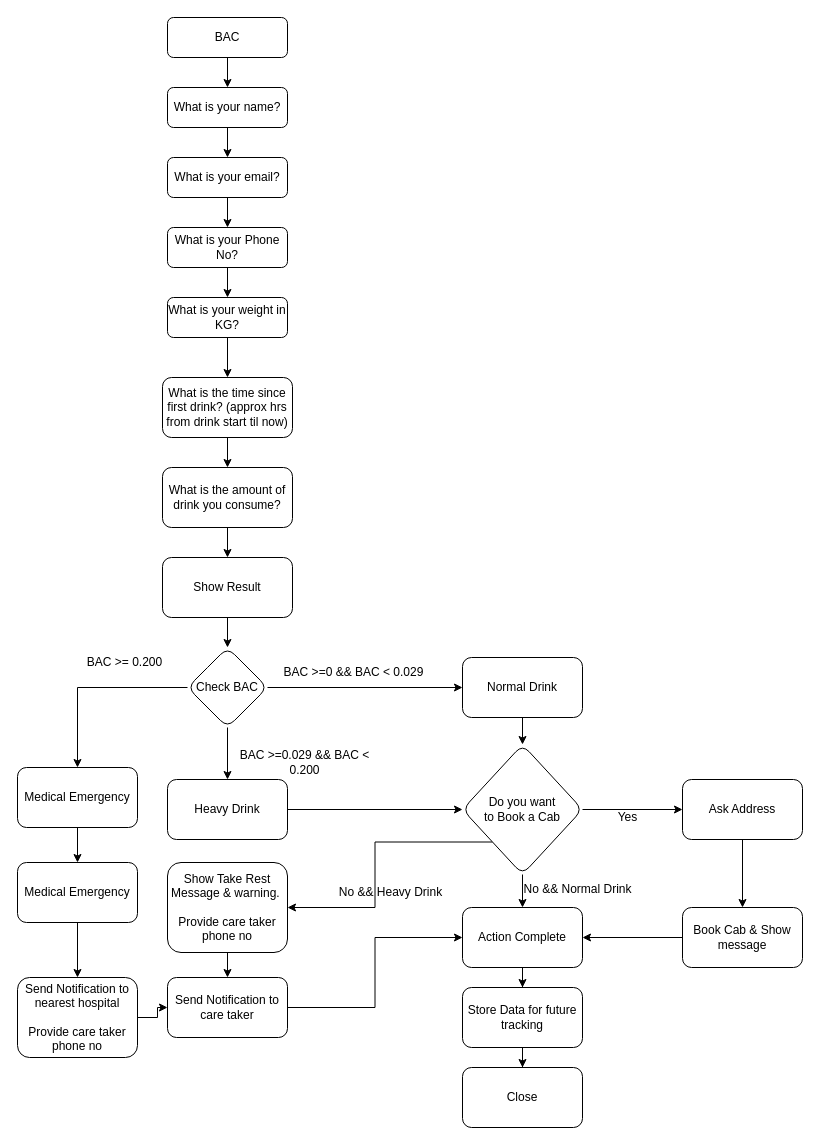
This is DUI.drawio from jigneshadesara90/tdm-diagram, a draw.io file, before an edit. Source tidied: cells renumbered, new cells numbered last; positions are measured from the earlier drawing's top-left corner, leaving out a move shared by most shapes. Both pictures are drawn from the tidied source at 100%, with x=0, y=0 at pixel (17, 17).
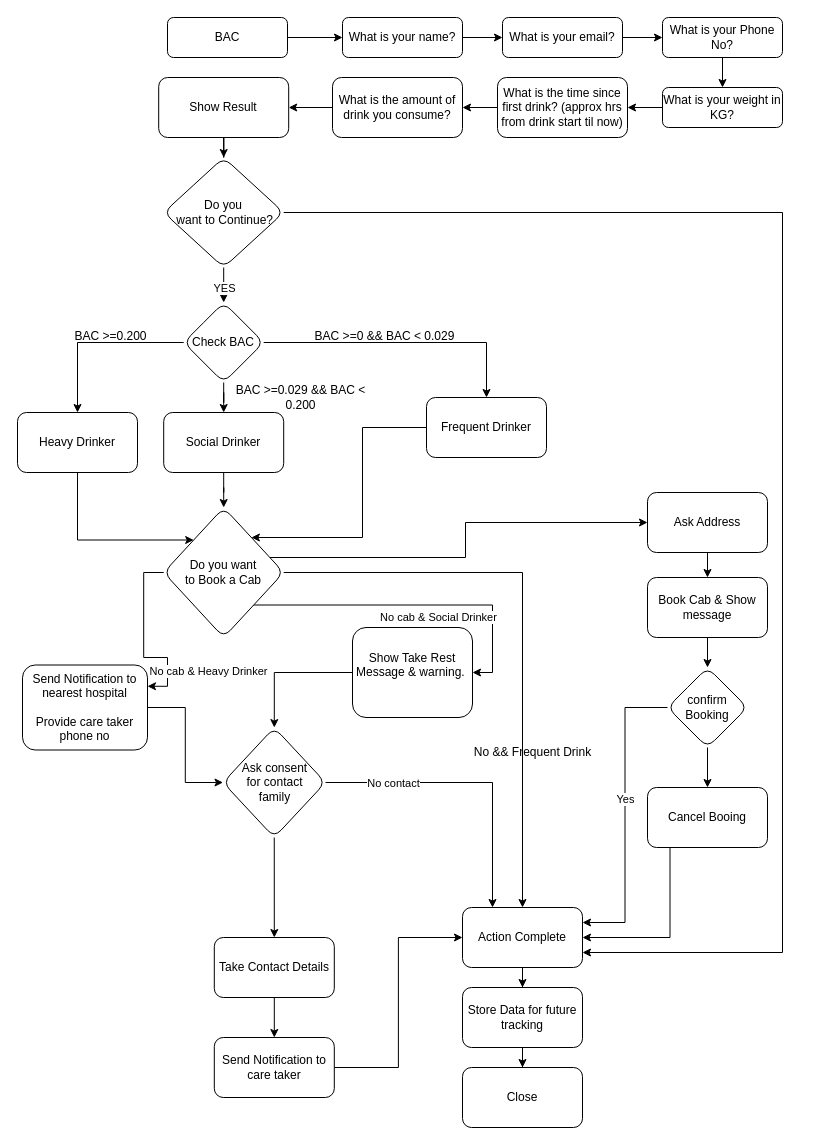
The same diagram, later.

The change refers to these unchanged cells:
```xml
<mxCell id="26" style="edgeStyle=orthogonalEdgeStyle;rounded=0;jettySize=auto;html=1;exitX=0;exitY=1;exitDx=0;exitDy=0;entryX=1;entryY=0.5;entryDx=0;entryDy=0;" parent="1" edge="1" source="28" target="35">
  <mxGeometry relative="1" as="geometry" />
</mxCell>
<mxCell id="33" value="Action Complete" style="whiteSpace=wrap;html=1;rounded=1;glass=0;strokeWidth=1;shadow=0;" parent="1" vertex="1">
  <mxGeometry x="445" y="890" width="120" height="60" as="geometry" />
</mxCell>
```

The edit, as a diff of the source:
```diff
@@
     <mxCell id="5" value="What is your name?" style="rounded=1;whiteSpace=wrap;html=1;fontSize=12;glass=0;strokeWidth=1;shadow=0;" parent="1" vertex="1">
-      <mxGeometry x="150" y="70" width="120" height="40" as="geometry" />
+      <mxGeometry x="325" width="120" height="40" as="geometry" />
     </mxCell>
@@
     <mxCell id="7" value="What is your email?" style="rounded=1;whiteSpace=wrap;html=1;fontSize=12;glass=0;strokeWidth=1;shadow=0;" parent="1" vertex="1">
-      <mxGeometry x="150" y="140" width="120" height="40" as="geometry" />
+      <mxGeometry x="485" width="120" height="40" as="geometry" />
     </mxCell>
@@
     <mxCell id="9" value="What is your Phone No?" style="rounded=1;whiteSpace=wrap;html=1;fontSize=12;glass=0;strokeWidth=1;shadow=0;" parent="1" vertex="1">
-      <mxGeometry x="150" y="210" width="120" height="40" as="geometry" />
+      <mxGeometry x="645" width="120" height="40" as="geometry" />
     </mxCell>
@@
     <mxCell id="11" value="What is your weight in KG?" style="rounded=1;whiteSpace=wrap;html=1;fontSize=12;glass=0;strokeWidth=1;shadow=0;" parent="1" vertex="1">
-      <mxGeometry x="150" y="280" width="120" height="40" as="geometry" />
+      <mxGeometry x="645" y="70" width="120" height="40" as="geometry" />
     </mxCell>
@@
     <mxCell id="13" value="What is the time since first drink? (approx hrs from drink start til now)" style="rounded=1;whiteSpace=wrap;html=1;fontSize=12;glass=0;strokeWidth=1;shadow=0;" parent="1" vertex="1">
-      <mxGeometry x="145" y="360" width="130" height="60" as="geometry" />
+      <mxGeometry x="480" y="60" width="130" height="60" as="geometry" />
     </mxCell>
@@
     <mxCell id="15" value="What is the amount of drink you consume?" style="rounded=1;whiteSpace=wrap;html=1;fontSize=12;glass=0;strokeWidth=1;shadow=0;" parent="1" vertex="1">
-      <mxGeometry x="145" y="450" width="130" height="60" as="geometry" />
+      <mxGeometry x="315" y="60" width="130" height="60" as="geometry" />
     </mxCell>
-    <mxCell id="16" style="edgeStyle=orthogonalEdgeStyle;rounded=0;jettySize=auto;html=1;" parent="1" edge="1" source="17" target="21">
+    <mxCell id="16" style="edgeStyle=orthogonalEdgeStyle;rounded=0;jettySize=auto;html=1;exitX=0.5;exitY=1;exitDx=0;exitDy=0;" parent="1" edge="1" source="64" target="21">
       <mxGeometry relative="1" as="geometry" />
     </mxCell>
+    <mxCell id="55" value="YES" style="edgeLabel;html=1;align=center;verticalAlign=middle;" parent="16" vertex="1">
+      <mxGeometry x="0.33" relative="1" as="geometry" />
+    </mxCell>
+    <mxCell id="56" style="edgeStyle=orthogonalEdgeStyle;rounded=0;jettySize=auto;html=1;" parent="1" edge="1" source="17" target="64">
+      <mxGeometry relative="1" as="geometry" />
+    </mxCell>
     <mxCell id="17" value="Show Result" style="rounded=1;whiteSpace=wrap;html=1;fontSize=12;glass=0;strokeWidth=1;shadow=0;" parent="1" vertex="1">
-      <mxGeometry x="145" y="540" width="130" height="60" as="geometry" />
+      <mxGeometry x="141.2" y="60" width="130" height="60" as="geometry" />
     </mxCell>
-    <mxCell id="18" style="edgeStyle=orthogonalEdgeStyle;rounded=0;jettySize=auto;html=1;" parent="1" edge="1" source="21" target="23">
-      <mxGeometry relative="1" as="geometry" />
-    </mxCell>
@@
-    <mxCell id="20" style="edgeStyle=orthogonalEdgeStyle;rounded=0;jettySize=auto;html=1;entryX=0.5;entryY=0;entryDx=0;entryDy=0;" parent="1" edge="1" source="21" target="50">
-      <mxGeometry relative="1" as="geometry" />
-    </mxCell>
+    <mxCell id="57" style="edgeStyle=orthogonalEdgeStyle;rounded=0;jettySize=auto;html=1;entryX=0.5;entryY=0;entryDx=0;entryDy=0;" parent="1" edge="1" source="21" target="77">
+      <mxGeometry relative="1" as="geometry" />
+    </mxCell>
     <mxCell id="21" value="Check BAC" style="rhombus;whiteSpace=wrap;html=1;rounded=1;glass=0;strokeWidth=1;shadow=0;" parent="1" vertex="1">
-      <mxGeometry x="170" y="630" width="80" height="80" as="geometry" />
+      <mxGeometry x="166.2" y="285" width="80" height="80" as="geometry" />
     </mxCell>
     <mxCell id="22" style="edgeStyle=orthogonalEdgeStyle;rounded=0;jettySize=auto;html=1;" parent="1" edge="1" source="23" target="28">
-      <mxGeometry relative="1" as="geometry" />
+      <mxGeometry relative="1" as="geometry">
+        <Array as="points">
+          <mxPoint x="345" y="410" />
+          <mxPoint x="345" y="520" />
+        </Array>
+      </mxGeometry>
     </mxCell>
-    <mxCell id="23" value="Normal Drink" style="whiteSpace=wrap;html=1;rounded=1;glass=0;strokeWidth=1;shadow=0;" parent="1" vertex="1">
-      <mxGeometry x="445" y="640" width="120" height="60" as="geometry" />
+    <mxCell id="23" value="Frequent Drinker" style="whiteSpace=wrap;html=1;rounded=1;glass=0;strokeWidth=1;shadow=0;" parent="1" vertex="1">
+      <mxGeometry x="409" y="380" width="120" height="60" as="geometry" />
     </mxCell>
-    <mxCell id="24" value="BAC &amp;gt;=0 &amp;amp;&amp;amp; BAC &amp;lt; 0.029" style="text;html=1;strokeColor=none;fillColor=none;align=center;verticalAlign=middle;whiteSpace=wrap;rounded=0;" parent="1" vertex="1">
-      <mxGeometry x="264" y="640" width="145" height="30" as="geometry" />
-    </mxCell>
@@
+    <mxCell id="58" value="No cab &amp;amp; Social Drinker" style="edgeLabel;html=1;align=center;verticalAlign=middle;" parent="26" vertex="1">
+      <mxGeometry x="0.15" y="2" relative="1" as="geometry">
+        <mxPoint x="22" y="14" as="offset" />
+      </mxGeometry>
+    </mxCell>
-    <mxCell id="27" style="edgeStyle=orthogonalEdgeStyle;rounded=0;jettySize=auto;html=1;" parent="1" edge="1" source="28" target="39">
-      <mxGeometry relative="1" as="geometry" />
+    <mxCell id="27" style="edgeStyle=orthogonalEdgeStyle;rounded=0;jettySize=auto;html=1;entryX=0;entryY=0.5;entryDx=0;entryDy=0;" parent="1" edge="1" source="28" target="39">
+      <mxGeometry relative="1" as="geometry">
+        <Array as="points">
+          <mxPoint x="448" y="540" />
+          <mxPoint x="448" y="505" />
+        </Array>
+      </mxGeometry>
     </mxCell>
+    <mxCell id="59" style="edgeStyle=orthogonalEdgeStyle;rounded=0;jettySize=auto;html=1;entryX=1;entryY=0.25;entryDx=0;entryDy=0;" parent="1" edge="1" source="28" target="50">
+      <mxGeometry relative="1" as="geometry" />
+    </mxCell>
+    <mxCell id="60" value="No cab &amp;amp; Heavy Drinker" style="edgeLabel;html=1;align=center;verticalAlign=middle;" parent="59" vertex="1">
+      <mxGeometry x="0.75" y="3" relative="1" as="geometry">
+        <mxPoint x="37" y="-13" as="offset" />
+      </mxGeometry>
+    </mxCell>
     <mxCell id="28" value="Do you want &lt;br&gt;to Book a Cab" style="rhombus;whiteSpace=wrap;html=1;rounded=1;glass=0;strokeWidth=1;shadow=0;" parent="1" vertex="1">
-      <mxGeometry x="445" y="727" width="120" height="130" as="geometry" />
+      <mxGeometry x="146.2" y="490" width="120" height="130" as="geometry" />
     </mxCell>
-    <mxCell id="29" style="edgeStyle=orthogonalEdgeStyle;rounded=0;jettySize=auto;html=1;" parent="1" edge="1" source="30" target="28">
+    <mxCell id="29" style="edgeStyle=orthogonalEdgeStyle;rounded=0;jettySize=auto;html=1;entryX=0.5;entryY=0;entryDx=0;entryDy=0;" parent="1" edge="1" source="30" target="28">
       <mxGeometry relative="1" as="geometry" />
     </mxCell>
-    <mxCell id="30" value="Heavy Drink" style="whiteSpace=wrap;html=1;rounded=1;glass=0;strokeWidth=1;shadow=0;" parent="1" vertex="1">
-      <mxGeometry x="150" y="762" width="120" height="60" as="geometry" />
+    <mxCell id="30" value="Social Drinker" style="whiteSpace=wrap;html=1;rounded=1;glass=0;strokeWidth=1;shadow=0;" parent="1" vertex="1">
+      <mxGeometry x="146.2" y="395" width="120" height="60" as="geometry" />
     </mxCell>
     <mxCell id="31" value="BAC &amp;gt;=0.029 &amp;amp;&amp;amp; BAC &amp;lt; 0.200" style="text;html=1;strokeColor=none;fillColor=none;align=center;verticalAlign=middle;whiteSpace=wrap;rounded=0;" parent="1" vertex="1">
-      <mxGeometry x="215" y="730" width="145" height="30" as="geometry" />
+      <mxGeometry x="211.2" y="365" width="145" height="30" as="geometry" />
     </mxCell>
@@
-    <mxCell id="34" value="No &amp;amp;&amp;amp; Normal Drink" style="text;html=1;align=center;verticalAlign=middle;strokeColor=none;fillColor=none;" parent="1" vertex="1">
-      <mxGeometry x="495" y="857" width="130" height="30" as="geometry" />
+    <mxCell id="34" value="No &amp;amp;&amp;amp; Frequent Drink" style="text;html=1;align=center;verticalAlign=middle;strokeColor=none;fillColor=none;" parent="1" vertex="1">
+      <mxGeometry x="445" y="720" width="140" height="30" as="geometry" />
     </mxCell>
+    <mxCell id="61" style="edgeStyle=orthogonalEdgeStyle;rounded=0;jettySize=auto;html=1;" parent="1" edge="1" source="35" target="73">
+      <mxGeometry relative="1" as="geometry" />
+    </mxCell>
-    <mxCell id="35" value="Show Take Rest Message &amp;amp; warning.&amp;nbsp;&lt;br&gt;&lt;br&gt;Provide care taker phone no" style="whiteSpace=wrap;html=1;rounded=1;glass=0;strokeWidth=1;shadow=0;" parent="1" vertex="1">
-      <mxGeometry x="150" y="845" width="120" height="90" as="geometry" />
+    <mxCell id="35" value="Show Take Rest Message &amp;amp; warning.&amp;nbsp;&lt;br&gt;&lt;br&gt;" style="whiteSpace=wrap;html=1;rounded=1;glass=0;strokeWidth=1;shadow=0;" parent="1" vertex="1">
+      <mxGeometry x="335" y="610" width="120" height="90" as="geometry" />
     </mxCell>
-    <mxCell id="36" value="No &amp;amp;&amp;amp; Heavy Drink" style="text;html=1;align=center;verticalAlign=middle;strokeColor=none;fillColor=none;" parent="1" vertex="1">
-      <mxGeometry x="308" y="860" width="130" height="30" as="geometry" />
-    </mxCell>
@@
     <mxCell id="39" value="Ask Address" style="whiteSpace=wrap;html=1;rounded=1;glass=0;strokeWidth=1;shadow=0;" parent="1" vertex="1">
-      <mxGeometry x="665" y="762" width="120" height="60" as="geometry" />
+      <mxGeometry x="630" y="475" width="120" height="60" as="geometry" />
     </mxCell>
-    <mxCell id="40" value="Yes" style="text;html=1;align=center;verticalAlign=middle;strokeColor=none;fillColor=none;" parent="1" vertex="1">
-      <mxGeometry x="590" y="785" width="40" height="30" as="geometry" />
-    </mxCell>
-    <mxCell id="41" style="edgeStyle=orthogonalEdgeStyle;rounded=0;jettySize=auto;html=1;entryX=1;entryY=0.5;entryDx=0;entryDy=0;" parent="1" edge="1" source="42" target="33">
-      <mxGeometry relative="1" as="geometry" />
-    </mxCell>
+    <mxCell id="62" style="edgeStyle=orthogonalEdgeStyle;rounded=0;jettySize=auto;html=1;" parent="1" edge="1" source="42" target="67">
+      <mxGeometry relative="1" as="geometry" />
+    </mxCell>
     <mxCell id="42" value="Book Cab &amp;amp; Show message" style="whiteSpace=wrap;html=1;rounded=1;glass=0;strokeWidth=1;shadow=0;" parent="1" vertex="1">
-      <mxGeometry x="665" y="890" width="120" height="60" as="geometry" />
+      <mxGeometry x="630" y="560" width="120" height="60" as="geometry" />
     </mxCell>
@@
-    <mxCell id="46" style="edgeStyle=orthogonalEdgeStyle;rounded=0;jettySize=auto;html=1;" parent="1" edge="1" source="35" target="47">
-      <mxGeometry relative="1" as="geometry" />
-    </mxCell>
     <mxCell id="47" value="Send Notification to care taker" style="rounded=1;whiteSpace=wrap;html=1;" parent="1" vertex="1">
-      <mxGeometry x="150" y="960" width="120" height="60" as="geometry" />
+      <mxGeometry x="196.8" y="1020" width="120" height="60" as="geometry" />
     </mxCell>
-    <mxCell id="48" value="BAC &amp;gt;= 0.200" style="text;html=1;strokeColor=none;fillColor=none;align=center;verticalAlign=middle;whiteSpace=wrap;rounded=0;" parent="1" vertex="1">
-      <mxGeometry x="35" y="630" width="145" height="30" as="geometry" />
-    </mxCell>
-    <mxCell id="49" style="edgeStyle=orthogonalEdgeStyle;rounded=0;jettySize=auto;html=1;" parent="1" edge="1" source="50" target="52">
+    <mxCell id="49" style="edgeStyle=orthogonalEdgeStyle;rounded=0;jettySize=auto;html=1;entryX=0;entryY=0.5;entryDx=0;entryDy=0;" parent="1" edge="1" source="50" target="73">
       <mxGeometry relative="1" as="geometry" />
     </mxCell>
-    <mxCell id="50" value="Medical Emergency" style="whiteSpace=wrap;html=1;rounded=1;glass=0;strokeWidth=1;shadow=0;" parent="1" vertex="1">
-      <mxGeometry y="750" width="120" height="60" as="geometry" />
+    <mxCell id="50" value="Send Notification to nearest hospital&lt;br style=&quot;border-color: var(--border-color);&quot;&gt;&lt;br style=&quot;border-color: var(--border-color);&quot;&gt;Provide care taker phone no" style="whiteSpace=wrap;html=1;rounded=1;glass=0;strokeWidth=1;shadow=0;" parent="1" vertex="1">
+      <mxGeometry x="5" y="647.5" width="125" height="85" as="geometry" />
     </mxCell>
-    <mxCell id="51" style="edgeStyle=orthogonalEdgeStyle;rounded=0;jettySize=auto;html=1;" parent="1" edge="1" source="52" target="54">
-      <mxGeometry relative="1" as="geometry" />
-    </mxCell>
-    <mxCell id="52" value="Medical Emergency" style="whiteSpace=wrap;html=1;rounded=1;glass=0;strokeWidth=1;shadow=0;" parent="1" vertex="1">
-      <mxGeometry y="845" width="120" height="60" as="geometry" />
-    </mxCell>
-    <mxCell id="53" style="edgeStyle=orthogonalEdgeStyle;rounded=0;jettySize=auto;html=1;" parent="1" edge="1" source="54" target="47">
-      <mxGeometry relative="1" as="geometry" />
-    </mxCell>
-    <mxCell id="54" value="Send Notification to nearest hospital&lt;br&gt;&lt;br&gt;Provide care taker phone no" style="whiteSpace=wrap;html=1;rounded=1;glass=0;strokeWidth=1;shadow=0;" parent="1" vertex="1">
-      <mxGeometry y="960" width="120" height="80" as="geometry" />
-    </mxCell>
+    <mxCell id="63" style="edgeStyle=orthogonalEdgeStyle;rounded=0;jettySize=auto;html=1;entryX=1;entryY=0.75;entryDx=0;entryDy=0;" parent="1" edge="1" source="64" target="33">
+      <mxGeometry relative="1" as="geometry">
+        <Array as="points">
+          <mxPoint x="765" y="195" />
+          <mxPoint x="765" y="935" />
+        </Array>
+      </mxGeometry>
+    </mxCell>
+    <mxCell id="64" value="Do you&lt;br&gt;&amp;nbsp;want to Continue?" style="rhombus;whiteSpace=wrap;html=1;rounded=1;glass=0;strokeWidth=1;shadow=0;" parent="1" vertex="1">
+      <mxGeometry x="146.2" y="140" width="120" height="110" as="geometry" />
+    </mxCell>
+    <mxCell id="18" style="edgeStyle=orthogonalEdgeStyle;rounded=0;jettySize=auto;html=1;entryX=0.5;entryY=0;entryDx=0;entryDy=0;" parent="1" edge="1" source="21" target="23">
+      <mxGeometry relative="1" as="geometry" />
+    </mxCell>
+    <mxCell id="65" style="edgeStyle=orthogonalEdgeStyle;rounded=0;jettySize=auto;html=1;entryX=1;entryY=0.25;entryDx=0;entryDy=0;" parent="1" edge="1" source="67" target="33">
+      <mxGeometry relative="1" as="geometry" />
+    </mxCell>
+    <mxCell id="40" value="Yes" style="edgeLabel;html=1;align=center;verticalAlign=middle;" parent="65" vertex="1">
+      <mxGeometry x="-0.11" relative="1" as="geometry" />
+    </mxCell>
+    <mxCell id="66" style="edgeStyle=orthogonalEdgeStyle;rounded=0;jettySize=auto;html=1;" parent="1" edge="1" source="67" target="69">
+      <mxGeometry relative="1" as="geometry" />
+    </mxCell>
+    <mxCell id="67" value="confirm Booking" style="rhombus;whiteSpace=wrap;html=1;rounded=1;glass=0;strokeWidth=1;shadow=0;" parent="1" vertex="1">
+      <mxGeometry x="650" y="650" width="80" height="80" as="geometry" />
+    </mxCell>
+    <mxCell id="68" style="edgeStyle=orthogonalEdgeStyle;rounded=0;jettySize=auto;html=1;entryX=1;entryY=0.5;entryDx=0;entryDy=0;" parent="1" edge="1" target="33">
+      <mxGeometry relative="1" as="geometry">
+        <mxPoint x="740" y="815" as="sourcePoint" />
+      </mxGeometry>
+    </mxCell>
+    <mxCell id="69" value="Cancel Booing" style="rounded=1;whiteSpace=wrap;html=1;glass=0;strokeWidth=1;shadow=0;" parent="1" vertex="1">
+      <mxGeometry x="630" y="770" width="120" height="60" as="geometry" />
+    </mxCell>
+    <mxCell id="70" style="edgeStyle=orthogonalEdgeStyle;rounded=0;jettySize=auto;html=1;entryX=0.25;entryY=0;entryDx=0;entryDy=0;" parent="1" edge="1" source="73" target="33">
+      <mxGeometry relative="1" as="geometry" />
+    </mxCell>
+    <mxCell id="71" value="No contact" style="edgeLabel;html=1;align=center;verticalAlign=middle;" parent="70" vertex="1">
+      <mxGeometry x="-0.54" relative="1" as="geometry" />
+    </mxCell>
+    <mxCell id="72" style="edgeStyle=orthogonalEdgeStyle;rounded=0;jettySize=auto;html=1;exitX=0.5;exitY=1;exitDx=0;exitDy=0;entryX=0.5;entryY=0;entryDx=0;entryDy=0;" parent="1" edge="1" source="73" target="75">
+      <mxGeometry relative="1" as="geometry" />
+    </mxCell>
+    <mxCell id="73" value="Ask consent &lt;br&gt;for contact &lt;br&gt;family" style="rhombus;whiteSpace=wrap;html=1;rounded=1;glass=0;strokeWidth=1;shadow=0;" parent="1" vertex="1">
+      <mxGeometry x="205.5" y="710" width="102.5" height="110" as="geometry" />
+    </mxCell>
+    <mxCell id="74" style="edgeStyle=orthogonalEdgeStyle;rounded=0;jettySize=auto;html=1;" parent="1" edge="1" source="75" target="47">
+      <mxGeometry relative="1" as="geometry" />
+    </mxCell>
+    <mxCell id="75" value="Take Contact Details" style="rounded=1;whiteSpace=wrap;html=1;" parent="1" vertex="1">
+      <mxGeometry x="196.8" y="920" width="120" height="60" as="geometry" />
+    </mxCell>
+    <mxCell id="76" style="edgeStyle=orthogonalEdgeStyle;rounded=0;jettySize=auto;html=1;entryX=0;entryY=0;entryDx=0;entryDy=0;" parent="1" edge="1" source="77" target="28">
+      <mxGeometry relative="1" as="geometry">
+        <Array as="points">
+          <mxPoint x="60" y="523" />
+        </Array>
+      </mxGeometry>
+    </mxCell>
+    <mxCell id="77" value="Heavy Drinker" style="whiteSpace=wrap;html=1;rounded=1;glass=0;strokeWidth=1;shadow=0;" parent="1" vertex="1">
+      <mxGeometry y="395" width="120" height="60" as="geometry" />
+    </mxCell>
+    <mxCell id="24" value="BAC &amp;gt;=0 &amp;amp;&amp;amp; BAC &amp;lt; 0.029" style="text;html=1;strokeColor=none;fillColor=none;align=center;verticalAlign=middle;whiteSpace=wrap;rounded=0;" parent="1" vertex="1">
+      <mxGeometry x="295" y="304" width="145" height="30" as="geometry" />
+    </mxCell>
+    <mxCell id="78" value="BAC &amp;gt;=0.200" style="text;html=1;strokeColor=none;fillColor=none;align=center;verticalAlign=middle;whiteSpace=wrap;rounded=0;" parent="1" vertex="1">
+      <mxGeometry x="21.2" y="304" width="145" height="30" as="geometry" />
+    </mxCell>
```
